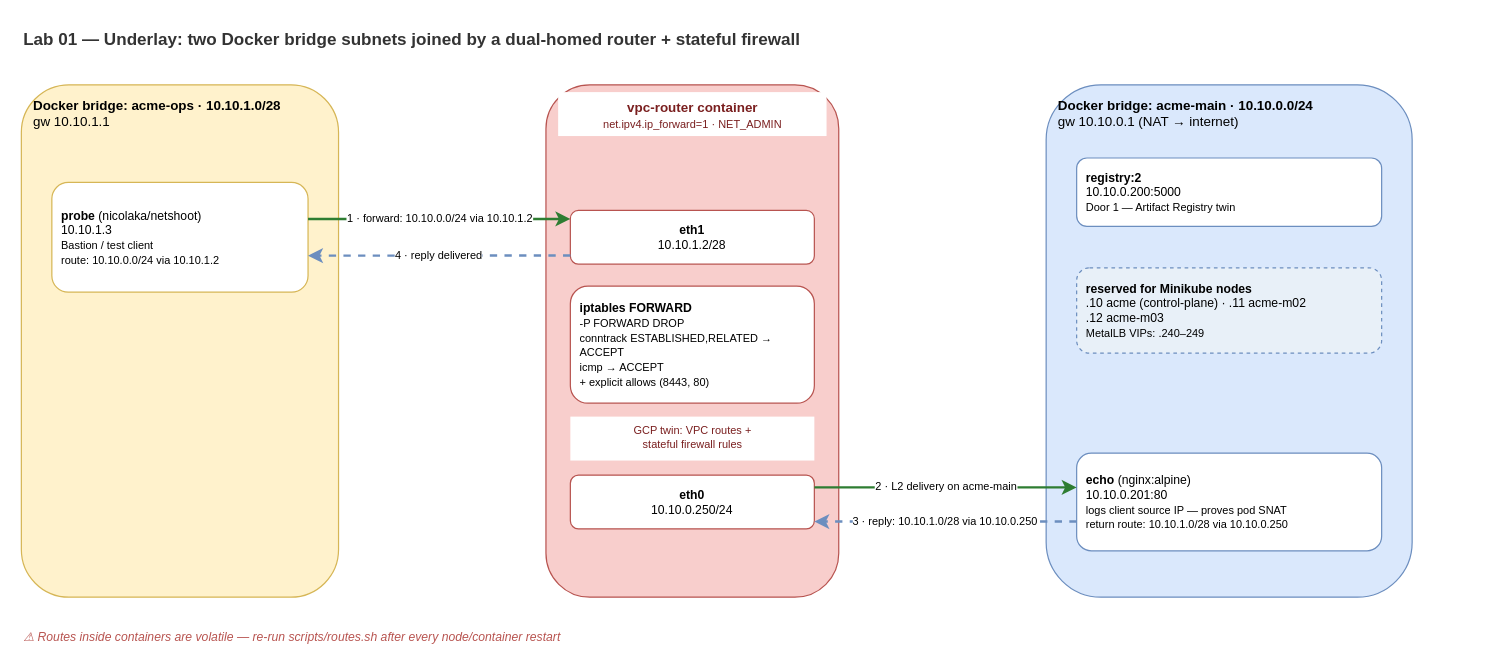
Above: docs/diagrams/lab01-underlay-topology.drawio in nitinkc/KubernetesConcepts (draw.io), before the change. Source tidied: cells renumbered, new cells numbered last; positions are measured from the earlier drawing's top-left corner, leaving out a move shared by most shapes. Both pictures are drawn from the tidied source at 122%, with x=0, y=0 at pixel (21, 21).
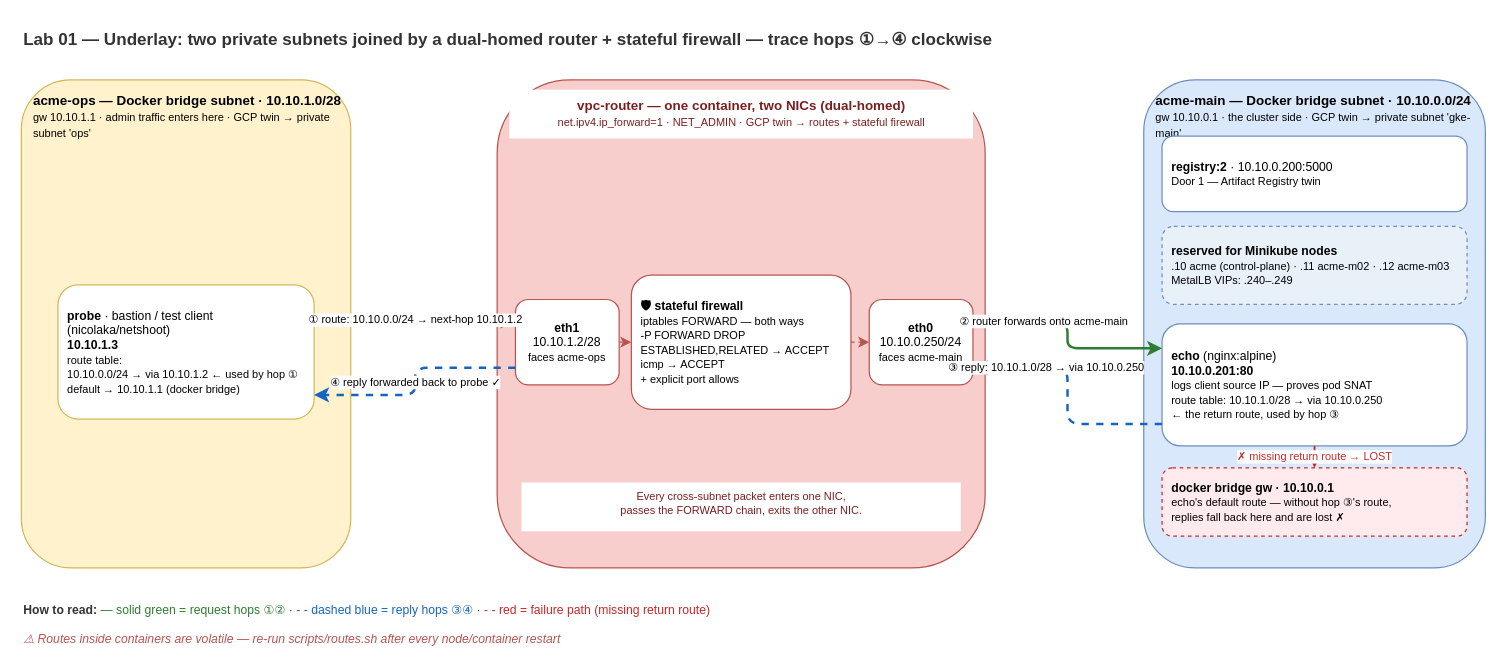
After the change.

Change to the diagram source:
```diff
@@
-    <mxCell id="2" value="Lab 01 — Underlay: two Docker bridge subnets joined by a dual-homed router + stateful firewall" style="text;html=1;fillColor=#ffffff;fontSize=14;fontStyle=1;fontColor=#333333;" parent="1" vertex="1">
-      <mxGeometry width="900" height="24" as="geometry" />
+    <mxCell id="2" value="Lab 01 — Underlay: two private subnets joined by a dual-homed router + stateful firewall — trace hops ①→④ clockwise" style="text;html=1;fillColor=#ffffff;fontSize=14;fontStyle=1;fontColor=#333333;" parent="1" vertex="1">
+      <mxGeometry width="1100" height="24" as="geometry" />
     </mxCell>
-    <mxCell id="3" value="&lt;b&gt;Docker bridge: acme-ops · 10.10.1.0/28&lt;/b&gt;&lt;br/&gt;gw 10.10.1.1" style="rounded=1;whiteSpace=wrap;html=1;fillColor=#fff2cc;strokeColor=#d6b656;verticalAlign=top;align=left;spacingLeft=8;spacingTop=4;fontSize=11;" parent="1" vertex="1">
-      <mxGeometry y="52" width="260" height="420" as="geometry" />
+    <mxCell id="3" value="&lt;b&gt;acme-ops — Docker bridge subnet · 10.10.1.0/28&lt;/b&gt;&lt;br/&gt;&lt;font style=&quot;font-size:9px&quot;&gt;gw 10.10.1.1 · admin traffic enters here · GCP twin → private subnet 'ops'&lt;/font&gt;" style="rounded=1;whiteSpace=wrap;html=1;fillColor=#fff2cc;strokeColor=#d6b656;verticalAlign=top;align=left;spacingLeft=8;spacingTop=4;fontSize=11;" parent="1" vertex="1">
+      <mxGeometry y="48" width="270" height="400" as="geometry" />
     </mxCell>
-    <mxCell id="4" value="&lt;b&gt;probe&lt;/b&gt; (nicolaka/netshoot)&lt;br/&gt;10.10.1.3&lt;br/&gt;&lt;font style=&quot;font-size:9px&quot;&gt;Bastion / test client&lt;br/&gt;route: 10.10.0.0/24 via 10.10.1.2&lt;/font&gt;" style="rounded=1;whiteSpace=wrap;html=1;fillColor=#ffffff;strokeColor=#d6b656;fontSize=10;align=left;spacingLeft=6;" parent="3" vertex="1">
-      <mxGeometry x="25" y="80" width="210" height="90" as="geometry" />
+    <mxCell id="4" value="&lt;b&gt;probe&lt;/b&gt; · bastion / test client&lt;br/&gt;(nicolaka/netshoot)&lt;br/&gt;&lt;b&gt;10.10.1.3&lt;/b&gt;&lt;br/&gt;&lt;font style=&quot;font-size:9px&quot;&gt;route table:&lt;br/&gt;10.10.0.0/24 → via 10.10.1.2 ← used by hop ①&lt;br/&gt;default → 10.10.1.1 (docker bridge)&lt;/font&gt;" style="rounded=1;whiteSpace=wrap;html=1;fillColor=#ffffff;strokeColor=#d6b656;fontSize=10;align=left;spacingLeft=6;" parent="3" vertex="1">
+      <mxGeometry x="30" y="168" width="210" height="110" as="geometry" />
     </mxCell>
     <mxCell id="5" style="rounded=1;whiteSpace=wrap;html=1;fillColor=#f8cecc;strokeColor=#b85450;verticalAlign=top;align=center;spacingTop=4;fontSize=11;" parent="1" vertex="1">
-      <mxGeometry x="430" y="52" width="240" height="420" as="geometry" />
+      <mxGeometry x="390" y="48" width="400" height="400" as="geometry" />
     </mxCell>
-    <mxCell id="6" value="&lt;b&gt;vpc-router container&lt;/b&gt;&lt;br/&gt;&lt;font style=&quot;font-size:9px&quot;&gt;net.ipv4.ip_forward=1 · NET_ADMIN&lt;/font&gt;" style="text;html=1;fillColor=#ffffff;fontSize=11;fontColor=#7a1f1f;align=center;" parent="5" vertex="1">
-      <mxGeometry x="10" y="6" width="220" height="36" as="geometry" />
+    <mxCell id="6" value="&lt;b&gt;vpc-router — one container, two NICs (dual-homed)&lt;/b&gt;&lt;br/&gt;&lt;font style=&quot;font-size:9px&quot;&gt;net.ipv4.ip_forward=1 · NET_ADMIN · GCP twin → routes + stateful firewall&lt;/font&gt;" style="text;html=1;fillColor=#ffffff;fontSize=11;fontColor=#7a1f1f;align=center;" parent="5" vertex="1">
+      <mxGeometry x="10" y="8" width="380" height="40" as="geometry" />
     </mxCell>
-    <mxCell id="7" value="&lt;b&gt;eth1&lt;/b&gt;&lt;br/&gt;10.10.1.2/28" style="rounded=1;whiteSpace=wrap;html=1;fillColor=#ffffff;strokeColor=#b85450;fontSize=10;" parent="5" vertex="1">
-      <mxGeometry x="20" y="103" width="200" height="44" as="geometry" />
+    <mxCell id="7" value="&lt;b&gt;eth1&lt;/b&gt;&lt;br/&gt;10.10.1.2/28&lt;br/&gt;&lt;font style=&quot;font-size:9px&quot;&gt;faces acme-ops&lt;/font&gt;" style="rounded=1;whiteSpace=wrap;html=1;fillColor=#ffffff;strokeColor=#b85450;fontSize=10;" parent="5" vertex="1">
+      <mxGeometry x="15" y="180" width="85" height="70" as="geometry" />
     </mxCell>
-    <mxCell id="8" value="&lt;b&gt;iptables FORWARD&lt;/b&gt;&lt;br/&gt;&lt;font style=&quot;font-size:9px&quot;&gt;-P FORWARD DROP&lt;br/&gt;conntrack ESTABLISHED,RELATED → ACCEPT&lt;br/&gt;icmp → ACCEPT&lt;br/&gt;+ explicit allows (8443, 80)&lt;/font&gt;" style="rounded=1;whiteSpace=wrap;html=1;fillColor=#ffffff;strokeColor=#b85450;fontSize=10;align=left;spacingLeft=6;" parent="5" vertex="1">
-      <mxGeometry x="20" y="165" width="200" height="96" as="geometry" />
-    </mxCell>
-    <mxCell id="9" value="&lt;font style=&quot;font-size:9px&quot;&gt;GCP twin: VPC routes +&lt;br/&gt;stateful firewall rules&lt;/font&gt;" style="text;html=1;fillColor=#ffffff;fontSize=9;fontColor=#7a1f1f;align=center;" parent="5" vertex="1">
-      <mxGeometry x="20" y="272" width="200" height="36" as="geometry" />
-    </mxCell>
+    <mxCell id="20" value="&lt;b&gt;🛡 stateful firewall&lt;/b&gt;&lt;br/&gt;&lt;font style=&quot;font-size:9px&quot;&gt;iptables FORWARD — both ways&lt;br/&gt;-P FORWARD DROP&lt;br/&gt;ESTABLISHED,RELATED → ACCEPT&lt;br/&gt;icmp → ACCEPT&lt;br/&gt;+ explicit port allows&lt;/font&gt;" style="rounded=1;whiteSpace=wrap;html=1;fillColor=#ffffff;strokeColor=#b85450;fontSize=10;align=left;spacingLeft=6;" parent="5" vertex="1">
+      <mxGeometry x="110" y="160" width="180" height="110" as="geometry" />
+    </mxCell>
-    <mxCell id="10" value="&lt;b&gt;eth0&lt;/b&gt;&lt;br/&gt;10.10.0.250/24" style="rounded=1;whiteSpace=wrap;html=1;fillColor=#ffffff;strokeColor=#b85450;fontSize=10;" parent="5" vertex="1">
-      <mxGeometry x="20" y="320" width="200" height="44" as="geometry" />
+    <mxCell id="10" value="&lt;b&gt;eth0&lt;/b&gt;&lt;br/&gt;10.10.0.250/24&lt;br/&gt;&lt;font style=&quot;font-size:9px&quot;&gt;faces acme-main&lt;/font&gt;" style="rounded=1;whiteSpace=wrap;html=1;fillColor=#ffffff;strokeColor=#b85450;fontSize=10;" parent="5" vertex="1">
+      <mxGeometry x="305" y="180" width="85" height="70" as="geometry" />
     </mxCell>
+    <mxCell id="21" style="edgeStyle=orthogonalEdgeStyle;html=1;strokeColor=#b85450;strokeWidth=1;dashed=1;" parent="1" edge="1" source="7" target="20">
+      <mxGeometry relative="1" as="geometry" />
+    </mxCell>
+    <mxCell id="22" style="edgeStyle=orthogonalEdgeStyle;html=1;strokeColor=#b85450;strokeWidth=1;dashed=1;" parent="1" edge="1" source="20" target="10">
+      <mxGeometry relative="1" as="geometry" />
+    </mxCell>
+    <mxCell id="23" value="&lt;font style=&quot;font-size:9px&quot;&gt;Every cross-subnet packet enters one NIC,&lt;br/&gt;passes the FORWARD chain, exits the other NIC.&lt;/font&gt;" style="text;html=1;fillColor=#ffffff;fontSize=9;fontColor=#7a1f1f;align=center;" parent="5" vertex="1">
+      <mxGeometry x="20" y="330" width="360" height="40" as="geometry" />
+    </mxCell>
-    <mxCell id="11" value="&lt;b&gt;Docker bridge: acme-main · 10.10.0.0/24&lt;/b&gt;&lt;br/&gt;gw 10.10.0.1 (NAT → internet)" style="rounded=1;whiteSpace=wrap;html=1;fillColor=#dae8fc;strokeColor=#6c8ebf;verticalAlign=top;align=left;spacingLeft=8;spacingTop=4;fontSize=11;" parent="1" vertex="1">
-      <mxGeometry x="840" y="52" width="300" height="420" as="geometry" />
+    <mxCell id="11" value="&lt;b&gt;acme-main — Docker bridge subnet · 10.10.0.0/24&lt;/b&gt;&lt;br/&gt;&lt;font style=&quot;font-size:9px&quot;&gt;gw 10.10.0.1 · the cluster side · GCP twin → private subnet 'gke-main'&lt;/font&gt;" style="rounded=1;whiteSpace=wrap;html=1;fillColor=#dae8fc;strokeColor=#6c8ebf;verticalAlign=top;align=left;spacingLeft=8;spacingTop=4;fontSize=11;" parent="1" vertex="1">
+      <mxGeometry x="920" y="48" width="280" height="400" as="geometry" />
     </mxCell>
-    <mxCell id="12" value="&lt;b&gt;registry:2&lt;/b&gt;&lt;br/&gt;10.10.0.200:5000&lt;br/&gt;&lt;font style=&quot;font-size:9px&quot;&gt;Door 1 — Artifact Registry twin&lt;/font&gt;" style="rounded=1;whiteSpace=wrap;html=1;fillColor=#ffffff;strokeColor=#6c8ebf;fontSize=10;align=left;spacingLeft=6;" parent="11" vertex="1">
-      <mxGeometry x="25" y="60" width="250" height="56" as="geometry" />
+    <mxCell id="12" value="&lt;b&gt;registry:2&lt;/b&gt; · 10.10.0.200:5000&lt;br/&gt;&lt;font style=&quot;font-size:9px&quot;&gt;Door 1 — Artifact Registry twin&lt;/font&gt;" style="rounded=1;whiteSpace=wrap;html=1;fillColor=#ffffff;strokeColor=#6c8ebf;fontSize=10;align=left;spacingLeft=6;" parent="11" vertex="1">
+      <mxGeometry x="15" y="46" width="250" height="62" as="geometry" />
     </mxCell>
-    <mxCell id="13" value="&lt;b&gt;reserved for Minikube nodes&lt;/b&gt;&lt;br/&gt;.10 acme (control-plane) · .11 acme-m02&lt;br/&gt;.12 acme-m03&lt;br/&gt;&lt;font style=&quot;font-size:9px&quot;&gt;MetalLB VIPs: .240–249&lt;/font&gt;" style="rounded=1;whiteSpace=wrap;html=1;fillColor=#e8f0f8;strokeColor=#6c8ebf;dashed=1;fontSize=10;align=left;spacingLeft=6;" parent="11" vertex="1">
-      <mxGeometry x="25" y="150" width="250" height="70" as="geometry" />
+    <mxCell id="13" value="&lt;b&gt;reserved for Minikube nodes&lt;/b&gt;&lt;br/&gt;&lt;font style=&quot;font-size:9px&quot;&gt;.10 acme (control-plane) · .11 acme-m02 · .12 acme-m03&lt;br/&gt;MetalLB VIPs: .240–.249&lt;/font&gt;" style="rounded=1;whiteSpace=wrap;html=1;fillColor=#e8f0f8;strokeColor=#6c8ebf;dashed=1;fontSize=10;align=left;spacingLeft=6;" parent="11" vertex="1">
+      <mxGeometry x="15" y="120" width="250" height="64" as="geometry" />
     </mxCell>
-    <mxCell id="14" value="&lt;b&gt;echo&lt;/b&gt; (nginx:alpine)&lt;br/&gt;10.10.0.201:80&lt;br/&gt;&lt;font style=&quot;font-size:9px&quot;&gt;logs client source IP — proves pod SNAT&lt;br/&gt;return route: 10.10.1.0/28 via 10.10.0.250&lt;/font&gt;" style="rounded=1;whiteSpace=wrap;html=1;fillColor=#ffffff;strokeColor=#6c8ebf;fontSize=10;align=left;spacingLeft=6;" parent="11" vertex="1">
-      <mxGeometry x="25" y="302" width="250" height="80" as="geometry" />
+    <mxCell id="14" value="&lt;b&gt;echo&lt;/b&gt; (nginx:alpine)&lt;br/&gt;&lt;b&gt;10.10.0.201:80&lt;/b&gt;&lt;br/&gt;&lt;font style=&quot;font-size:9px&quot;&gt;logs client source IP — proves pod SNAT&lt;br/&gt;route table: 10.10.1.0/28 → via 10.10.0.250&lt;br/&gt;← the return route, used by hop ③&lt;/font&gt;" style="rounded=1;whiteSpace=wrap;html=1;fillColor=#ffffff;strokeColor=#6c8ebf;fontSize=10;align=left;spacingLeft=6;" parent="11" vertex="1">
+      <mxGeometry x="15" y="200" width="250" height="100" as="geometry" />
     </mxCell>
+    <mxCell id="24" value="&lt;b&gt;docker bridge gw · 10.10.0.1&lt;/b&gt;&lt;br/&gt;&lt;font style=&quot;font-size:9px&quot;&gt;echo's default route — without hop ③'s route,&lt;br/&gt;replies fall back here and are lost ✗&lt;/font&gt;" style="rounded=1;whiteSpace=wrap;html=1;fillColor=#ffebee;strokeColor=#c62828;dashed=1;fontSize=10;align=left;spacingLeft=6;" parent="11" vertex="1">
+      <mxGeometry x="15" y="318" width="250" height="56" as="geometry" />
+    </mxCell>
-    <mxCell id="15" value="1 · forward: 10.10.0.0/24 via 10.10.1.2" style="edgeStyle=orthogonalEdgeStyle;html=1;strokeColor=#2e7d32;strokeWidth=2;fontSize=9;labelBackgroundColor=#ffffff;exitX=1;exitY=0.333;entryX=0;entryY=0.159;" parent="1" edge="1" source="4" target="7">
+    <mxCell id="15" value="① route: 10.10.0.0/24 → next-hop 10.10.1.2" style="edgeStyle=orthogonalEdgeStyle;html=1;strokeColor=#2e7d32;strokeWidth=2;fontSize=9;labelBackgroundColor=#ffffff;exitX=1;exitY=0.25;entryX=0;entryY=0.25;" parent="1" edge="1" source="4" target="7">
       <mxGeometry relative="1" as="geometry" />
     </mxCell>
-    <mxCell id="16" value="4 · reply delivered" style="edgeStyle=orthogonalEdgeStyle;html=1;strokeColor=#6c8ebf;strokeWidth=2;dashed=1;fontSize=9;labelBackgroundColor=#ffffff;exitX=0;exitY=0.84;entryX=1;entryY=0.667;" parent="1" edge="1" source="7" target="4">
-      <mxGeometry relative="1" as="geometry" />
-    </mxCell>
-    <mxCell id="17" value="2 · L2 delivery on acme-main" style="edgeStyle=orthogonalEdgeStyle;html=1;strokeColor=#2e7d32;strokeWidth=2;fontSize=9;labelBackgroundColor=#ffffff;exitX=1;exitY=0.227;entryX=0;entryY=0.35;" parent="1" edge="1" source="10" target="14">
-      <mxGeometry relative="1" as="geometry" />
+    <mxCell id="17" value="② router forwards onto acme-main" style="edgeStyle=orthogonalEdgeStyle;html=1;strokeColor=#2e7d32;strokeWidth=2;fontSize=9;labelBackgroundColor=#ffffff;exitX=1;exitY=0.25;entryX=0;entryY=0.2;" parent="1" edge="1" source="10" target="14">
+      <mxGeometry x="-0.35" relative="1" as="geometry" />
     </mxCell>
-    <mxCell id="18" value="3 · reply: 10.10.1.0/28 via 10.10.0.250" style="edgeStyle=orthogonalEdgeStyle;html=1;strokeColor=#6c8ebf;strokeWidth=2;dashed=1;fontSize=9;labelBackgroundColor=#ffffff;exitX=0;exitY=0.7;entryX=1;entryY=0.864;" parent="1" edge="1" source="14" target="10">
-      <mxGeometry relative="1" as="geometry" />
+    <mxCell id="18" value="③ reply: 10.10.1.0/28 → via 10.10.0.250" style="edgeStyle=orthogonalEdgeStyle;html=1;strokeColor=#1565c0;strokeWidth=2;dashed=1;fontSize=9;labelBackgroundColor=#ffffff;exitX=0;exitY=0.82;entryX=1;entryY=0.8;" parent="1" edge="1" source="14" target="10">
+      <mxGeometry x="0.4" relative="1" as="geometry" />
     </mxCell>
+    <mxCell id="16" value="④ reply forwarded back to probe ✓" style="edgeStyle=orthogonalEdgeStyle;html=1;strokeColor=#1565c0;strokeWidth=2;dashed=1;fontSize=9;labelBackgroundColor=#ffffff;exitX=0;exitY=0.8;entryX=1;entryY=0.82;" parent="1" edge="1" source="7" target="4">
+      <mxGeometry relative="1" as="geometry" />
+    </mxCell>
+    <mxCell id="25" value="✗ missing return route → LOST" style="edgeStyle=orthogonalEdgeStyle;html=1;strokeColor=#c62828;strokeWidth=1.5;dashed=1;fontSize=9;fontColor=#c62828;labelBackgroundColor=#ffffff;exitX=0.5;exitY=1;entryX=0.5;entryY=0;" parent="1" edge="1" source="14" target="24">
+      <mxGeometry relative="1" as="geometry" />
+    </mxCell>
+    <mxCell id="26" value="&lt;b&gt;How to read:&lt;/b&gt; &lt;font color=&quot;#2e7d32&quot;&gt;— solid green = request hops ①②&lt;/font&gt; · &lt;font color=&quot;#1565c0&quot;&gt;- - dashed blue = reply hops ③④&lt;/font&gt; · &lt;font color=&quot;#c62828&quot;&gt;- - red = failure path (missing return route)&lt;/font&gt;" style="text;html=1;fillColor=#ffffff;fontSize=10;fontColor=#333333;" parent="1" vertex="1">
+      <mxGeometry y="470" width="900" height="20" as="geometry" />
+    </mxCell>
     <mxCell id="19" value="⚠ Routes inside containers are volatile — re-run scripts/routes.sh after every node/container restart" style="text;html=1;fillColor=#ffffff;fontSize=10;fontColor=#b85450;fontStyle=2;" parent="1" vertex="1">
-      <mxGeometry y="492" width="760" height="20" as="geometry" />
+      <mxGeometry y="494" width="760" height="20" as="geometry" />
     </mxCell>
```
